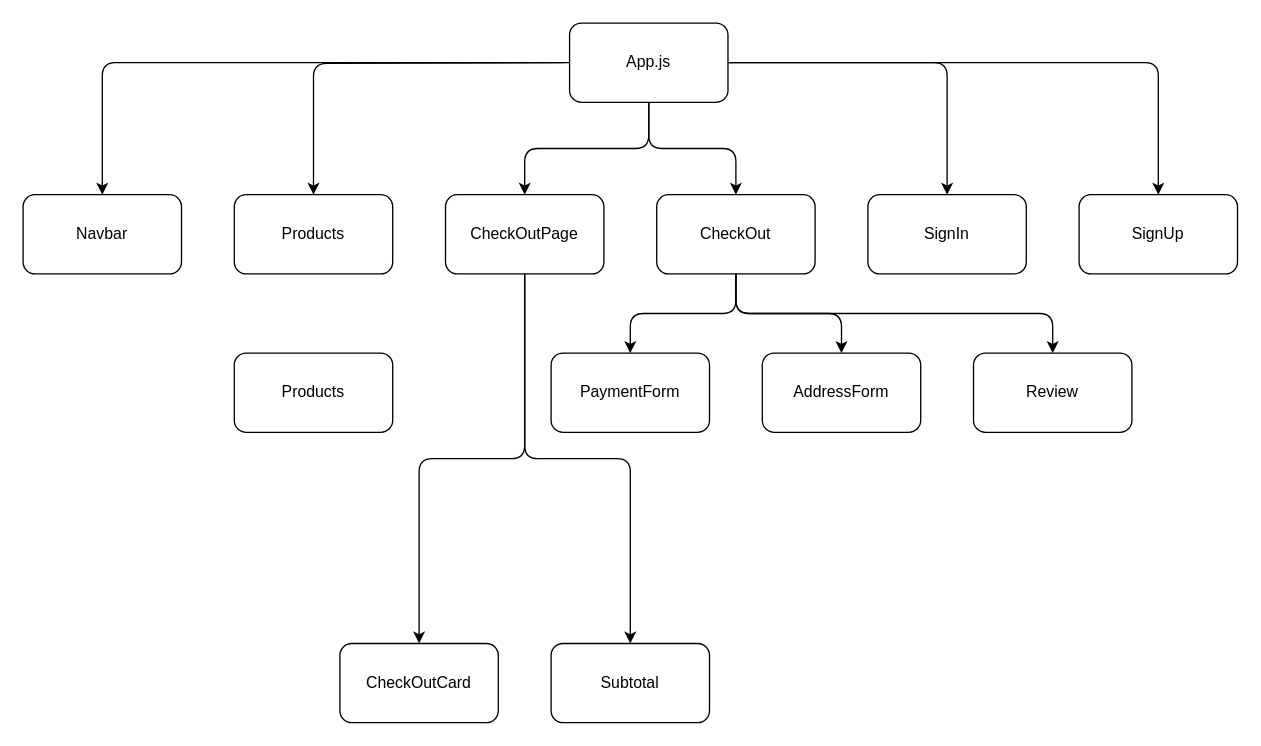
Above: Diagrama sin título.drawio in mauriGaray/cmecommerce (draw.io), before the change. Source tidied: cells renumbered, new cells numbered last; positions are measured from the earlier drawing's top-left corner, leaving out a move shared by most shapes. Both pictures are drawn from the tidied source at 132%, with x=0, y=0 at pixel (22, 22).
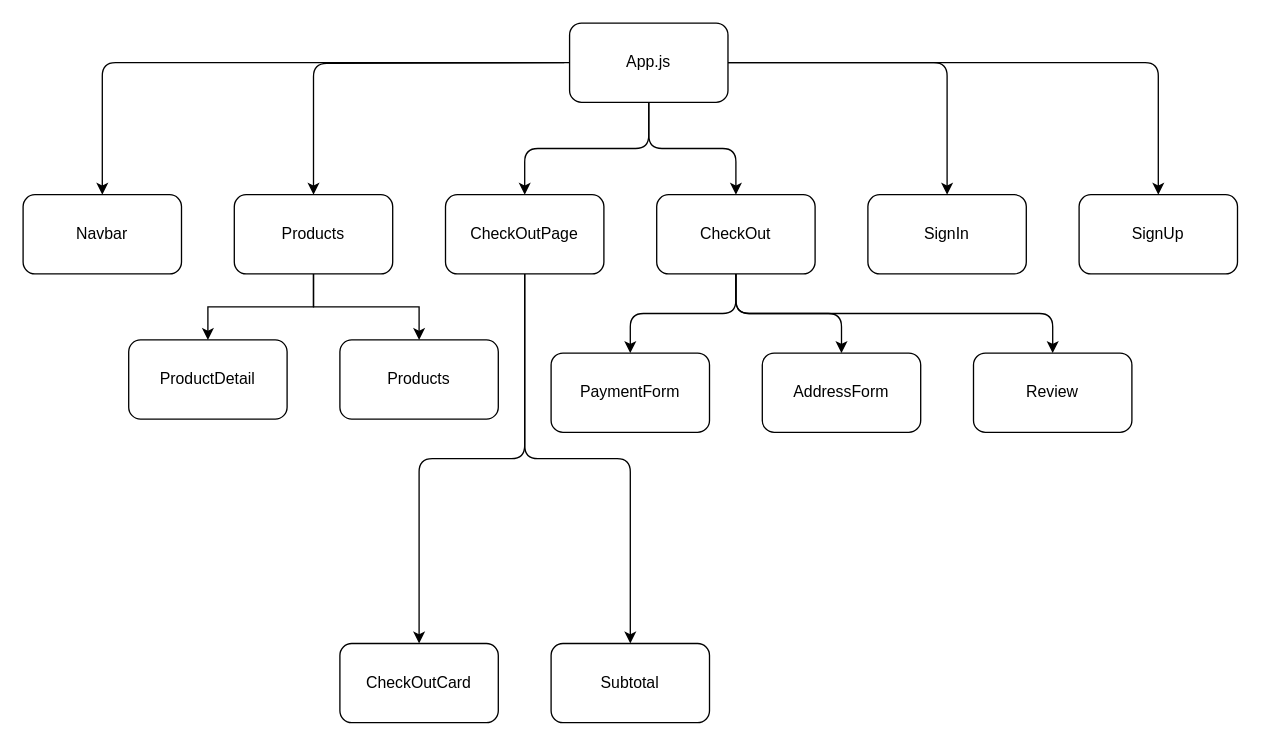
The same diagram, later.

Unchanged cells that the change refers to:
```xml
<mxCell id="11" value="Products" style="rounded=1;whiteSpace=wrap;html=1;" parent="1" vertex="1">
  <mxGeometry x="160" y="130" width="120" height="60" as="geometry" />
</mxCell>
```

Diff of the diagram source:
```diff
@@
+    <mxCell id="27" style="edgeStyle=orthogonalEdgeStyle;rounded=0;jettySize=auto;html=1;exitX=0.5;exitY=1;exitDx=0;exitDy=0;entryX=0.5;entryY=0;entryDx=0;entryDy=0;" parent="1" edge="1" source="11" target="21">
+      <mxGeometry relative="1" as="geometry" />
+    </mxCell>
+    <mxCell id="28" style="edgeStyle=orthogonalEdgeStyle;rounded=0;jettySize=auto;html=1;exitX=0.5;exitY=1;exitDx=0;exitDy=0;" parent="1" edge="1" source="11" target="29">
+      <mxGeometry relative="1" as="geometry" />
+    </mxCell>
@@
     <mxCell id="21" value="Products" style="rounded=1;whiteSpace=wrap;html=1;" parent="1" vertex="1">
-      <mxGeometry x="160" y="250" width="120" height="60" as="geometry" />
+      <mxGeometry x="240" y="240" width="120" height="60" as="geometry" />
     </mxCell>
@@
+    <mxCell id="29" value="ProductDetail" style="rounded=1;whiteSpace=wrap;html=1;" parent="1" vertex="1">
+      <mxGeometry x="80" y="240" width="120" height="60" as="geometry" />
+    </mxCell>
```
